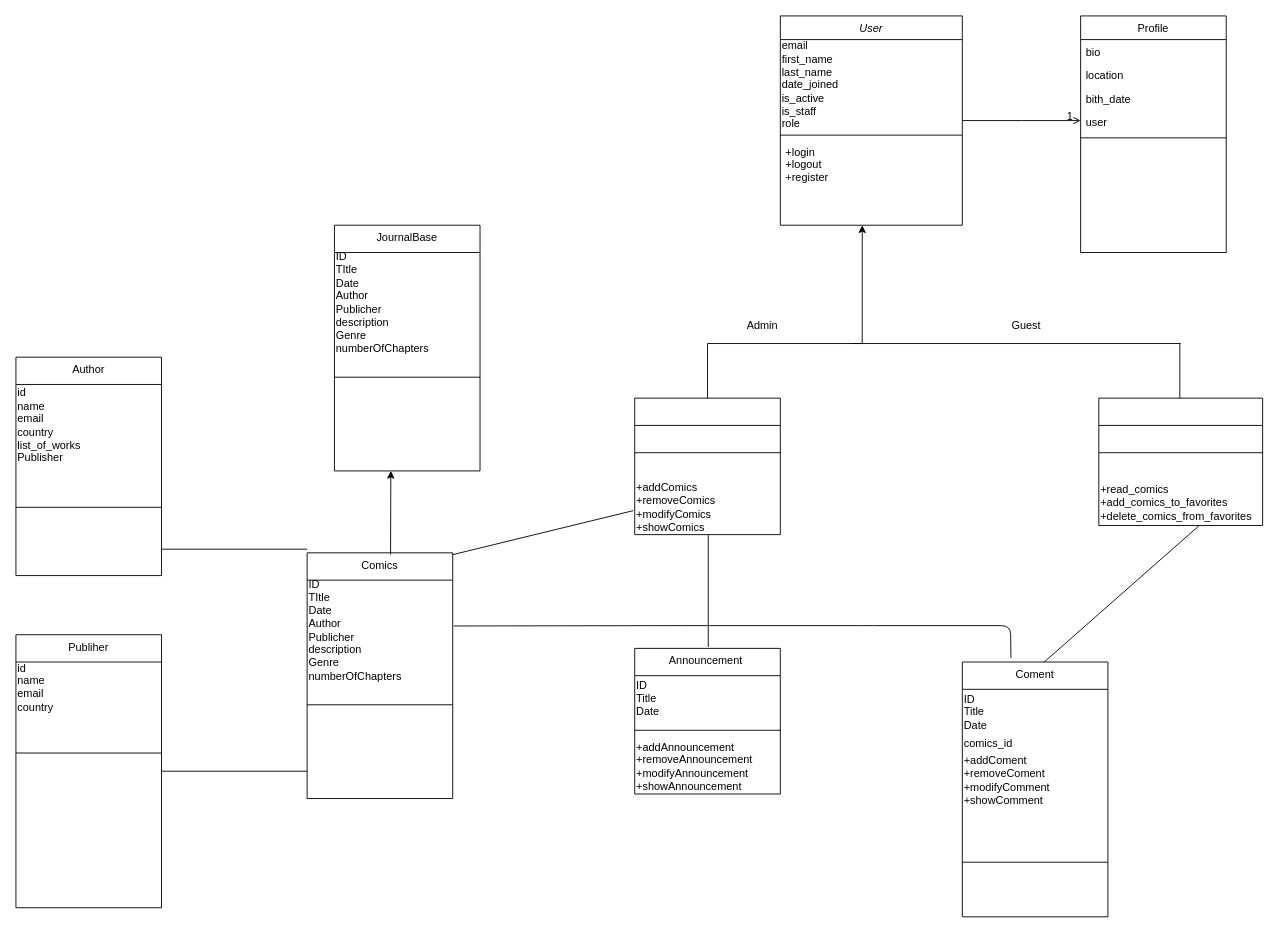
Above: Project Diagram.drawio in niayz10/Backend-Project (draw.io), before the change. Source tidied: cells renumbered, new cells numbered last; positions are measured from the earlier drawing's top-left corner, leaving out a move shared by most shapes. Both pictures are drawn from the tidied source at 91%, with x=0, y=0 at pixel (15, 15).
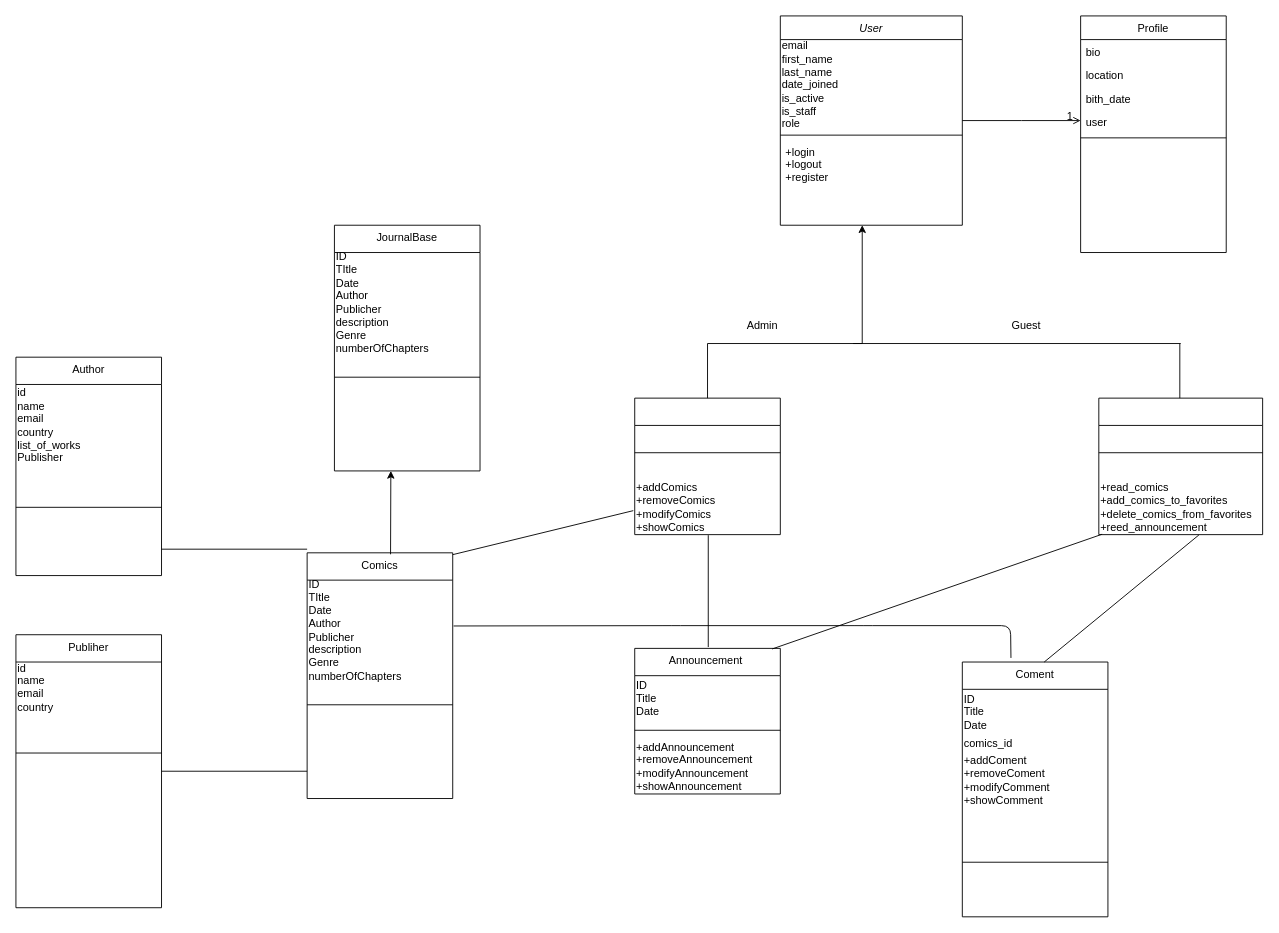
The same diagram, later.

The change refers to these unchanged cells:
```xml
<mxCell id="25" value="Announcement " style="swimlane;fontStyle=0;align=center;verticalAlign=top;horizontal=1;startSize=30;rounded=0;shadow=0;strokeWidth=1;" parent="1" vertex="1">
  <mxGeometry x="680" y="695" width="160" height="160" as="geometry" />
</mxCell>
```

Change to the diagram source:
```diff
@@
     <mxCell id="17" style="swimlane;fontStyle=0;align=center;verticalAlign=top;horizontal=1;startSize=30;rounded=0;shadow=0;strokeWidth=1;" parent="1" vertex="1">
-      <mxGeometry x="1190" y="420" width="180" height="140" as="geometry" />
+      <mxGeometry x="1190" y="420" width="180" height="150" as="geometry" />
     </mxCell>
@@
-    <mxCell id="19" value="+read_comics&lt;br&gt;+add_comics_to_favorites&lt;br&gt;+delete_comics_from_favorites" style="text;html=1;align=left;verticalAlign=middle;points=[];strokeColor=none;" parent="17" vertex="1">
-      <mxGeometry y="90" width="180" height="50" as="geometry" />
+    <mxCell id="19" value="+read_comics&lt;br&gt;+add_comics_to_favorites&lt;br&gt;+delete_comics_from_favorites&lt;br&gt;+reed_announcement" style="text;html=1;align=left;verticalAlign=middle;points=[];strokeColor=none;" parent="17" vertex="1">
+      <mxGeometry y="90" width="180" height="60" as="geometry" />
     </mxCell>
@@
+    <mxCell id="55" style="endArrow=none;html=1;entryX=0.02;entryY=0.993;entryDx=0;entryDy=0;entryPerimeter=0;exitX=0.944;exitY=0.004;exitDx=0;exitDy=0;exitPerimeter=0;" parent="1" edge="1" source="25" target="19">
+      <mxGeometry relative="1" as="geometry" />
+    </mxCell>
```
